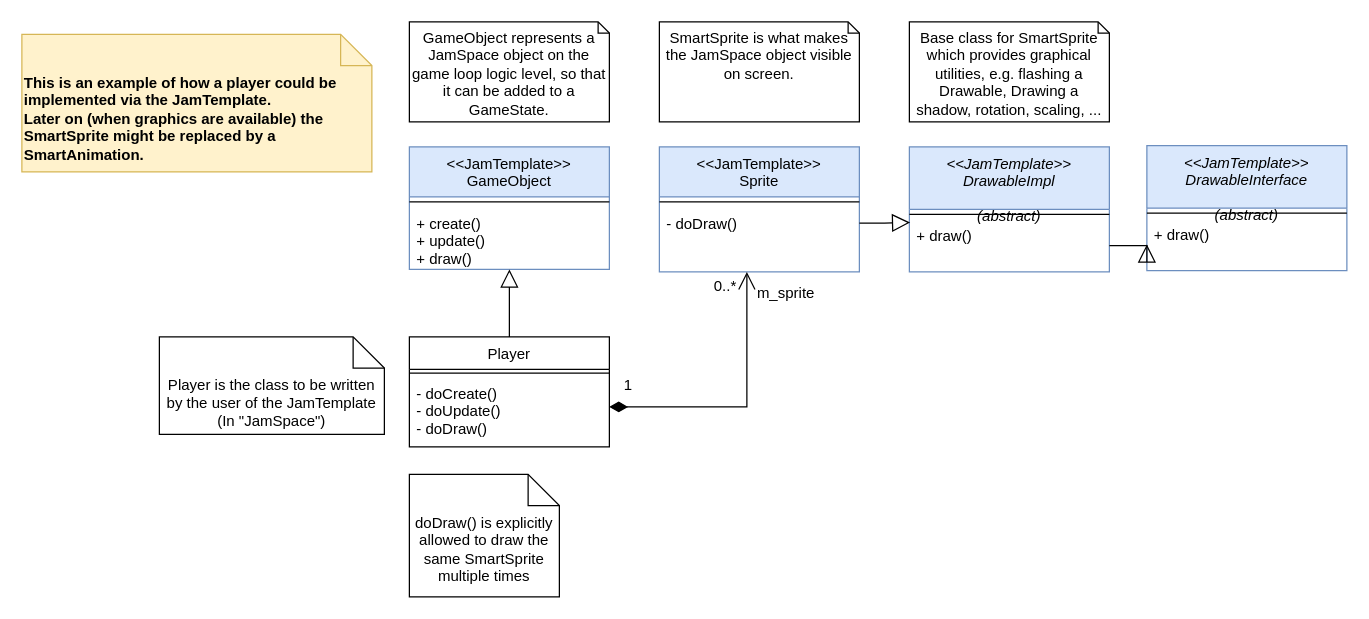
Above: doc/playerexample.drawio in Laguna1989/JamTemplateCpp (draw.io), before the change. Source tidied: cells renumbered, new cells numbered last; positions are measured from the earlier drawing's top-left corner, leaving out a move shared by most shapes. Both pictures are drawn from the tidied source at 125%, with x=0, y=0 at pixel (21, 21).
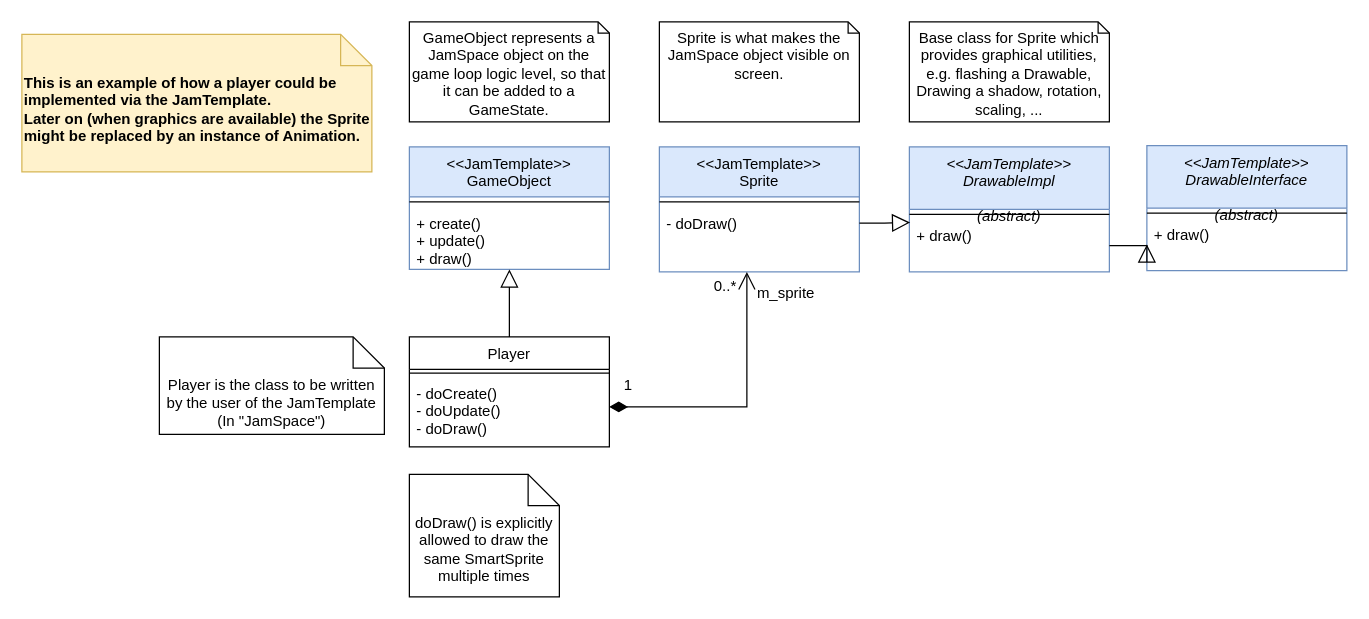
Above is the later version.

Commit message (it also covers changes not shown here):
Update documentation and add doxygen to animation

Diff of the diagram source:
```diff
@@
-    <mxCell id="20" value="&lt;div&gt;&lt;span&gt;This is an example of how a player could be implemented via the JamTemplate.&lt;/span&gt;&lt;/div&gt;&lt;div&gt;&lt;span&gt;Later on (when graphics are available) the SmartSprite might be replaced by a SmartAnimation.&lt;/span&gt;&lt;/div&gt;" style="shape=note2;boundedLbl=1;whiteSpace=wrap;html=1;size=25;verticalAlign=top;align=left;fillColor=#fff2cc;strokeColor=#d6b656;fontStyle=1;" parent="1" vertex="1">
+    <mxCell id="20" value="&lt;div&gt;&lt;span&gt;This is an example of how a player could be implemented via the JamTemplate.&lt;/span&gt;&lt;/div&gt;&lt;div&gt;&lt;span&gt;Later on (when graphics are available) the Sprite might be replaced by an instance of Animation.&lt;/span&gt;&lt;/div&gt;" style="shape=note2;boundedLbl=1;whiteSpace=wrap;html=1;size=25;verticalAlign=top;align=left;fillColor=#fff2cc;strokeColor=#d6b656;fontStyle=1;" parent="1" vertex="1">
       <mxGeometry y="10" width="280" height="110" as="geometry" />
     </mxCell>
@@
-    <mxCell id="23" value="SmartSprite is what makes the JamSpace object visible on screen." style="shape=note2;boundedLbl=1;whiteSpace=wrap;html=1;size=9;verticalAlign=top;align=center;horizontal=1;spacingTop=-10;" parent="1" vertex="1">
+    <mxCell id="23" value="Sprite is what makes the JamSpace object visible on screen." style="shape=note2;boundedLbl=1;whiteSpace=wrap;html=1;size=9;verticalAlign=top;align=center;horizontal=1;spacingTop=-10;" parent="1" vertex="1">
       <mxGeometry x="510" width="160" height="80" as="geometry" />
     </mxCell>
-    <mxCell id="24" value="Base class for SmartSprite which provides graphical utilities, e.g. flashing a Drawable, Drawing a shadow, rotation, scaling, ..." style="shape=note2;boundedLbl=1;whiteSpace=wrap;html=1;size=9;verticalAlign=top;align=center;horizontal=1;spacingTop=-10;" parent="1" vertex="1">
+    <mxCell id="24" value="Base class for Sprite which provides graphical utilities, e.g. flashing a Drawable, Drawing a shadow, rotation, scaling, ..." style="shape=note2;boundedLbl=1;whiteSpace=wrap;html=1;size=9;verticalAlign=top;align=center;horizontal=1;spacingTop=-10;" parent="1" vertex="1">
       <mxGeometry x="710" width="160" height="80" as="geometry" />
     </mxCell>
```
